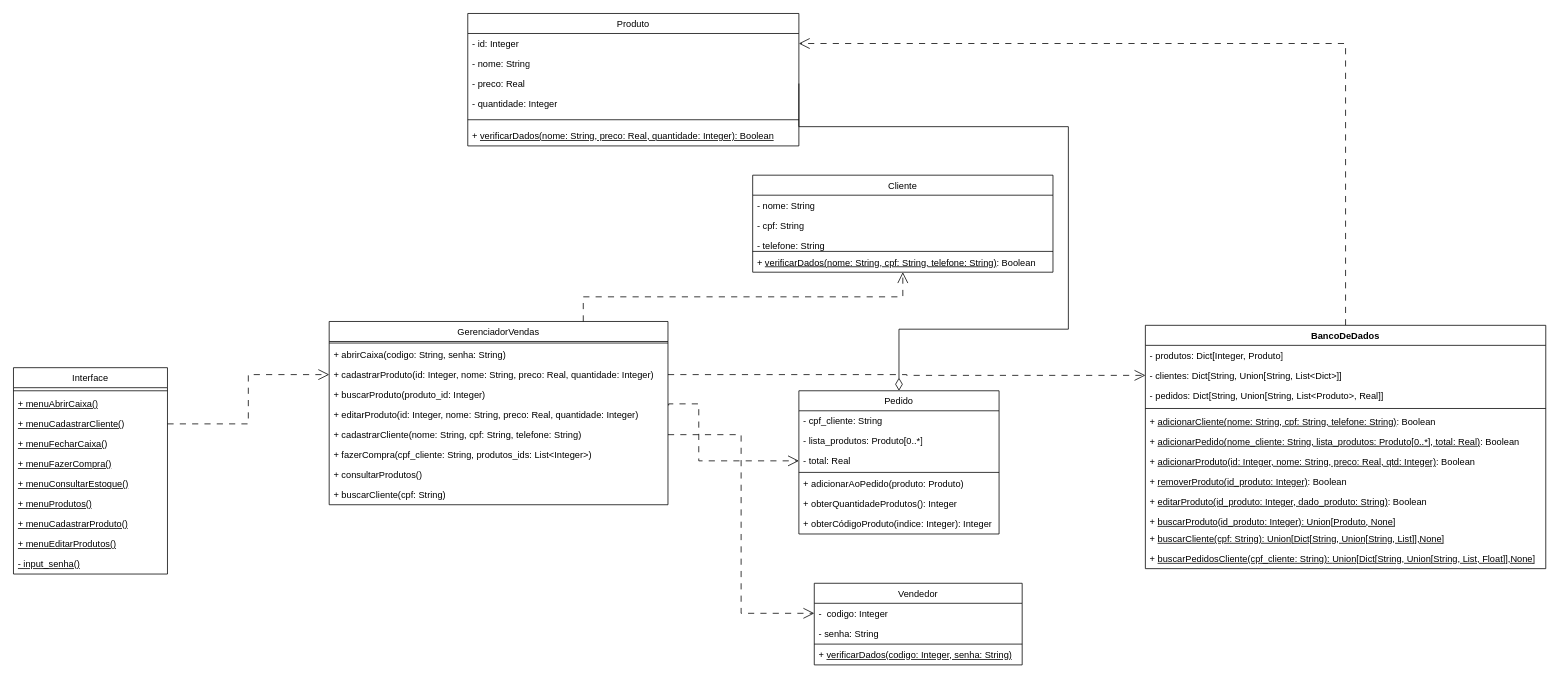
Above: CASOS_DE_USO/diagrama_de_classes.drawio in guifrazao/PROJETO_ESW1 (draw.io), before the change. Source tidied: cells renumbered, new cells numbered last; positions are measured from the earlier drawing's top-left corner, leaving out a move shared by most shapes. Both pictures are drawn from the tidied source at 77%, with x=0, y=0 at pixel (13, 13).
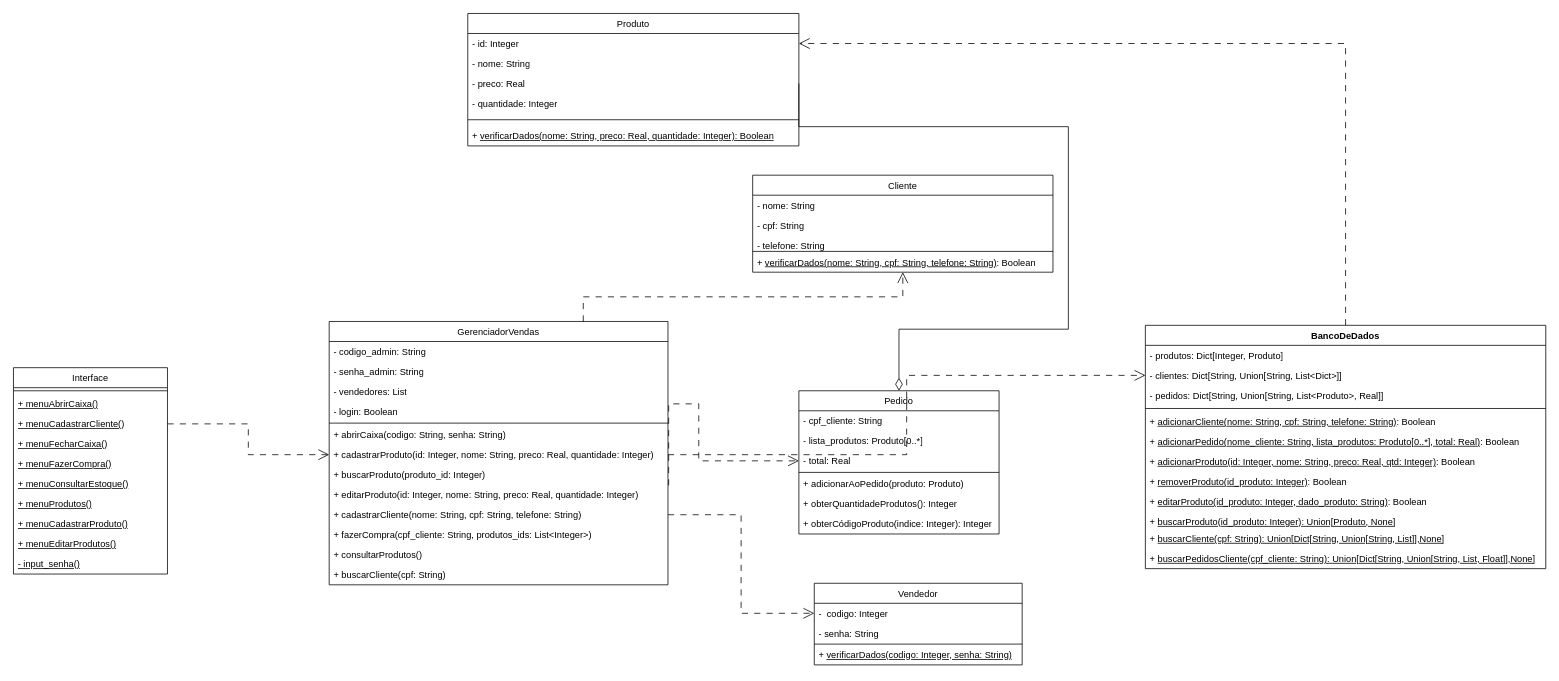
The same page after the edit.

What changed in the source:
```diff
@@
     <mxCell id="9" value="&lt;span style=&quot;font-weight: normal;&quot;&gt;GerenciadorVendas&lt;/span&gt;" style="swimlane;fontStyle=1;align=center;verticalAlign=top;horizontal=1;startSize=26;whiteSpace=wrap;html=1;" parent="1" vertex="1">
-      <mxGeometry x="410" y="400" width="440" height="238" as="geometry" />
+      <mxGeometry x="410" y="400" width="440" height="342" as="geometry" />
     </mxCell>
+    <mxCell id="69" value="- codigo_admin: String" style="text;strokeColor=none;fillColor=none;align=left;verticalAlign=top;spacingLeft=4;spacingRight=4;overflow=hidden;whiteSpace=wrap;html=1;" parent="9" vertex="1">
+      <mxGeometry y="26" width="440" height="26" as="geometry" />
+    </mxCell>
+    <mxCell id="70" value="- senha_admin: String" style="text;strokeColor=none;fillColor=none;align=left;verticalAlign=top;spacingLeft=4;spacingRight=4;overflow=hidden;whiteSpace=wrap;html=1;" parent="9" vertex="1">
+      <mxGeometry y="52" width="440" height="26" as="geometry" />
+    </mxCell>
+    <mxCell id="71" value="- vendedores: List" style="text;strokeColor=none;fillColor=none;align=left;verticalAlign=top;spacingLeft=4;spacingRight=4;overflow=hidden;whiteSpace=wrap;html=1;" parent="9" vertex="1">
+      <mxGeometry y="78" width="440" height="26" as="geometry" />
+    </mxCell>
+    <mxCell id="72" value="- login: Boolean" style="text;strokeColor=none;fillColor=none;align=left;verticalAlign=top;spacingLeft=4;spacingRight=4;overflow=hidden;whiteSpace=wrap;html=1;" parent="9" vertex="1">
+      <mxGeometry y="104" width="440" height="26" as="geometry" />
+    </mxCell>
     <mxCell id="10" style="line;strokeWidth=1;fillColor=none;align=left;verticalAlign=middle;spacingTop=-1;spacingLeft=3;spacingRight=3;labelPosition=right;strokeColor=inherit;" parent="9" vertex="1">
-      <mxGeometry y="26" width="440" height="4" as="geometry" />
+      <mxGeometry y="130" width="440" height="4" as="geometry" />
     </mxCell>
     <mxCell id="11" value="+ abrirCaixa(codigo: String, senha: String)" style="text;strokeColor=none;fillColor=none;align=left;verticalAlign=top;spacingLeft=4;spacingRight=4;overflow=hidden;whiteSpace=wrap;html=1;" parent="9" vertex="1">
-      <mxGeometry y="30" width="440" height="26" as="geometry" />
+      <mxGeometry y="134" width="440" height="26" as="geometry" />
     </mxCell>
     <mxCell id="12" value="+ cadastrarProduto(id: Integer, nome: String, preco: Real, quantidade: Integer)" style="text;strokeColor=none;fillColor=none;align=left;verticalAlign=top;spacingLeft=4;spacingRight=4;overflow=hidden;points=[[0,0.5],[1,0.5]];portConstraint=eastwest;whiteSpace=wrap;html=1;" parent="9" vertex="1">
-      <mxGeometry y="56" width="440" height="26" as="geometry" />
+      <mxGeometry y="160" width="440" height="26" as="geometry" />
     </mxCell>
     <mxCell id="13" value="+ buscarProduto(produto_id: Integer)" style="text;strokeColor=none;fillColor=none;align=left;verticalAlign=top;spacingLeft=4;spacingRight=4;overflow=hidden;whiteSpace=wrap;html=1;" parent="9" vertex="1">
-      <mxGeometry y="82" width="440" height="26" as="geometry" />
+      <mxGeometry y="186" width="440" height="26" as="geometry" />
     </mxCell>
     <mxCell id="14" value="+ editarProduto(id: Integer, nome: String, preco: Real, quantidade: Integer)" style="text;strokeColor=none;fillColor=none;align=left;verticalAlign=top;spacingLeft=4;spacingRight=4;overflow=hidden;points=[[0,0.5],[1,0.5]];portConstraint=eastwest;whiteSpace=wrap;html=1;" parent="9" vertex="1">
-      <mxGeometry y="108" width="440" height="26" as="geometry" />
+      <mxGeometry y="212" width="440" height="26" as="geometry" />
     </mxCell>
     <mxCell id="15" value="+ cadastrarCliente(nome: String, cpf: String, telefone: String)" style="text;strokeColor=none;fillColor=none;align=left;verticalAlign=top;spacingLeft=4;spacingRight=4;overflow=hidden;points=[[0,0.5],[1,0.5]];portConstraint=eastwest;whiteSpace=wrap;html=1;" parent="9" vertex="1">
-      <mxGeometry y="134" width="440" height="26" as="geometry" />
+      <mxGeometry y="238" width="440" height="26" as="geometry" />
     </mxCell>
     <mxCell id="16" value="+ fazerCompra(cpf_cliente: String, produtos_ids: List&amp;lt;Integer&amp;gt;)" style="text;strokeColor=none;fillColor=none;align=left;verticalAlign=top;spacingLeft=4;spacingRight=4;overflow=hidden;whiteSpace=wrap;html=1;" parent="9" vertex="1">
-      <mxGeometry y="160" width="440" height="26" as="geometry" />
+      <mxGeometry y="264" width="440" height="26" as="geometry" />
     </mxCell>
     <mxCell id="17" value="+ consultarProdutos()" style="text;strokeColor=none;fillColor=none;align=left;verticalAlign=top;spacingLeft=4;spacingRight=4;overflow=hidden;whiteSpace=wrap;html=1;" parent="9" vertex="1">
-      <mxGeometry y="186" width="440" height="26" as="geometry" />
+      <mxGeometry y="290" width="440" height="26" as="geometry" />
     </mxCell>
     <mxCell id="18" value="&lt;div&gt;+ buscarCliente(cpf: String)&lt;/div&gt;&lt;div&gt;&lt;br&gt;&lt;/div&gt;" style="text;strokeColor=none;fillColor=none;align=left;verticalAlign=top;spacingLeft=4;spacingRight=4;overflow=hidden;whiteSpace=wrap;html=1;" parent="9" vertex="1">
-      <mxGeometry y="212" width="440" height="26" as="geometry" />
+      <mxGeometry y="316" width="440" height="26" as="geometry" />
     </mxCell>
```
